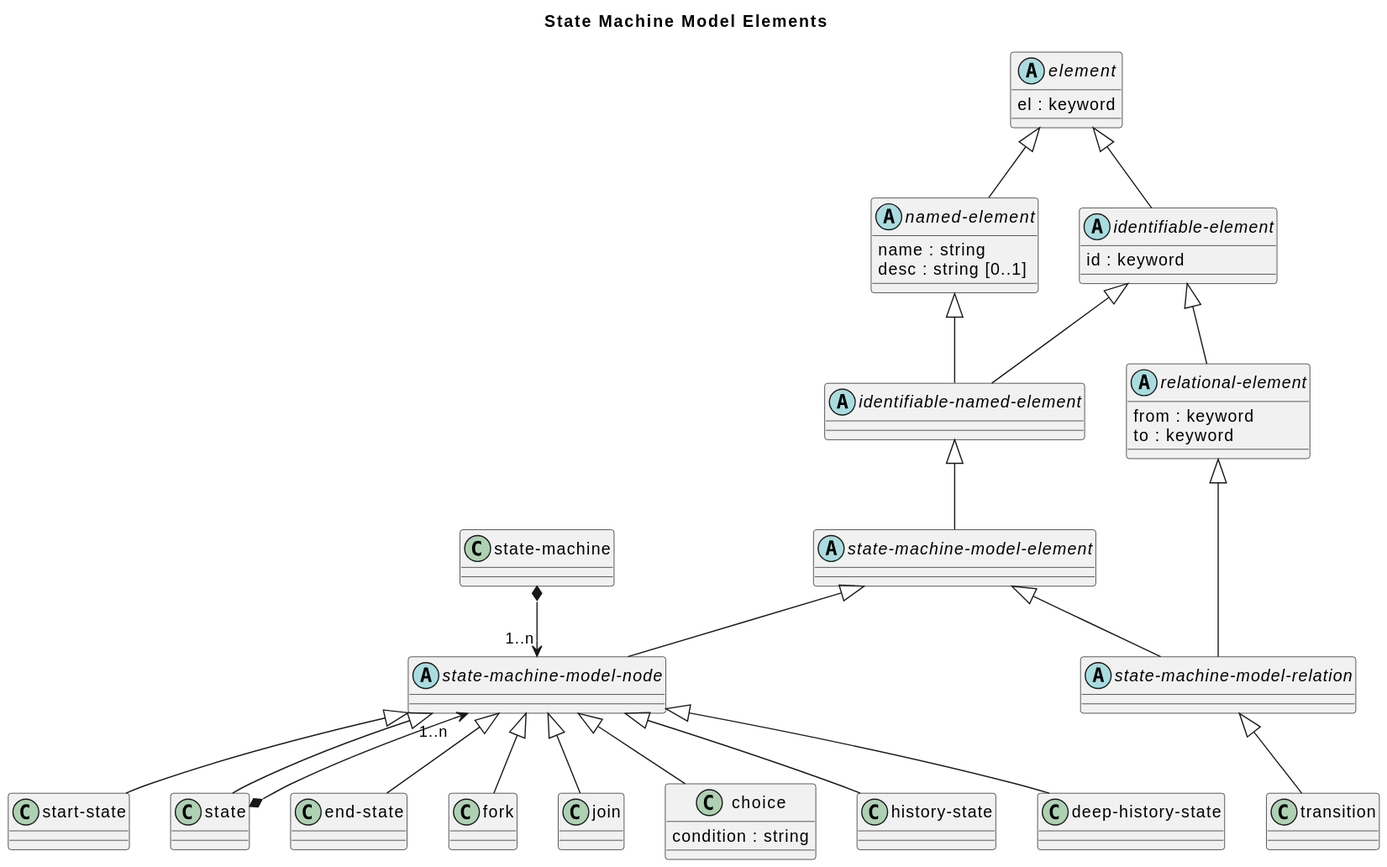
This is doc/images/overarch/data-model/state-machine-model-elements.svg from soulspace-org/overarch, a PlantUML export, as it was before one commit.
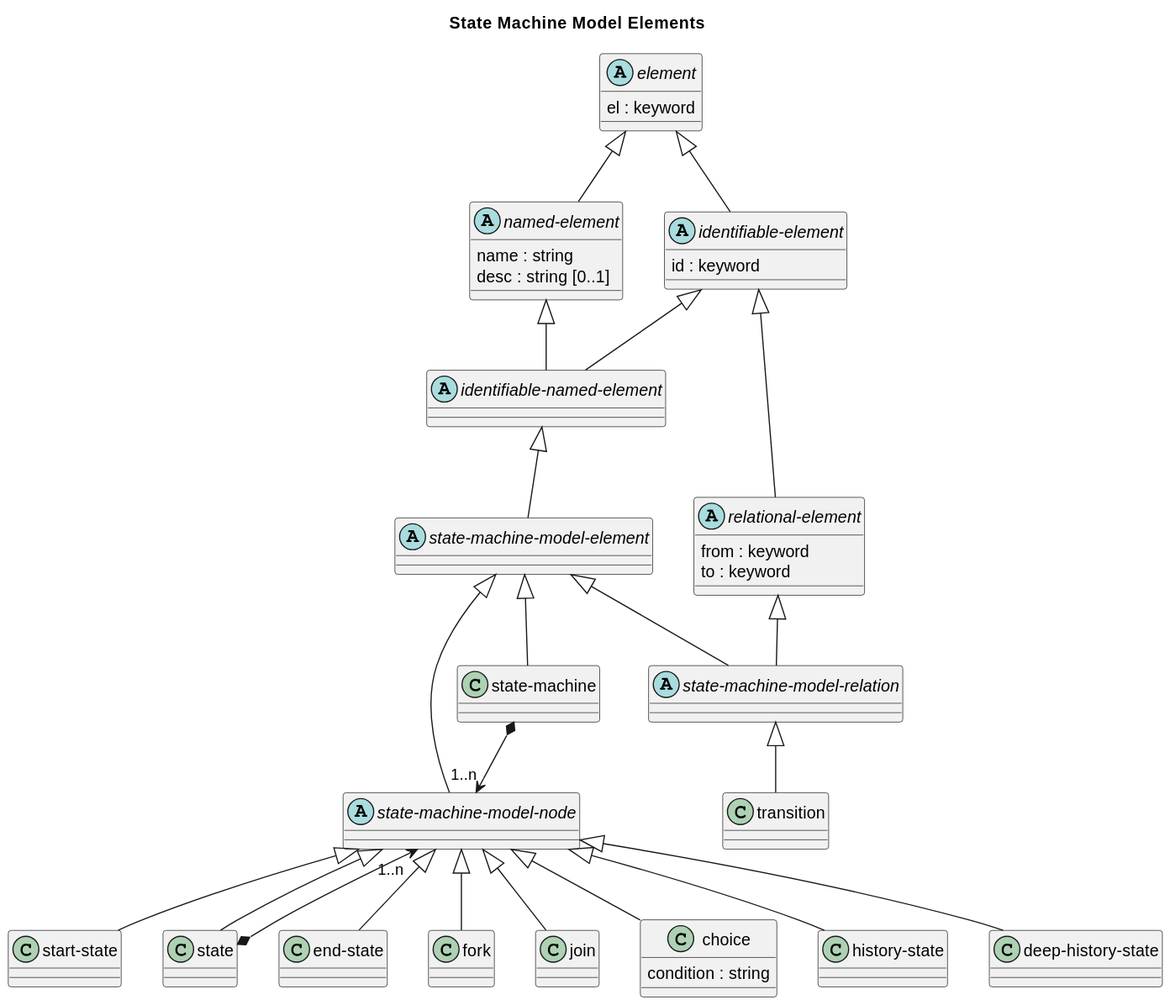
The same diagram one commit later.

Commit message:
added deployed-to relation to deployment model

Diff of the diagram source:
```diff
@@ -39,6 +39,7 @@
 overarch_dataModel_stateMachineModelElement <|-- overarch_dataModel_stateMachineModelNode
 overarch_dataModel_stateMachineModelElement <|-- overarch_dataModel_stateMachineModelRelation
 overarch_dataModel_relationalElement <|-- overarch_dataModel_stateMachineModelRelation
+overarch_dataModel_stateMachineModelElement <|-- overarch_dataModel_stateMachine
 overarch_dataModel_stateMachine *-->  "1..n" overarch_dataModel_stateMachineModelNode
 overarch_dataModel_stateMachineModelNode <|-- overarch_dataModel_startState
 overarch_dataModel_stateMachineModelNode <|-- overarch_dataModel_state
```
